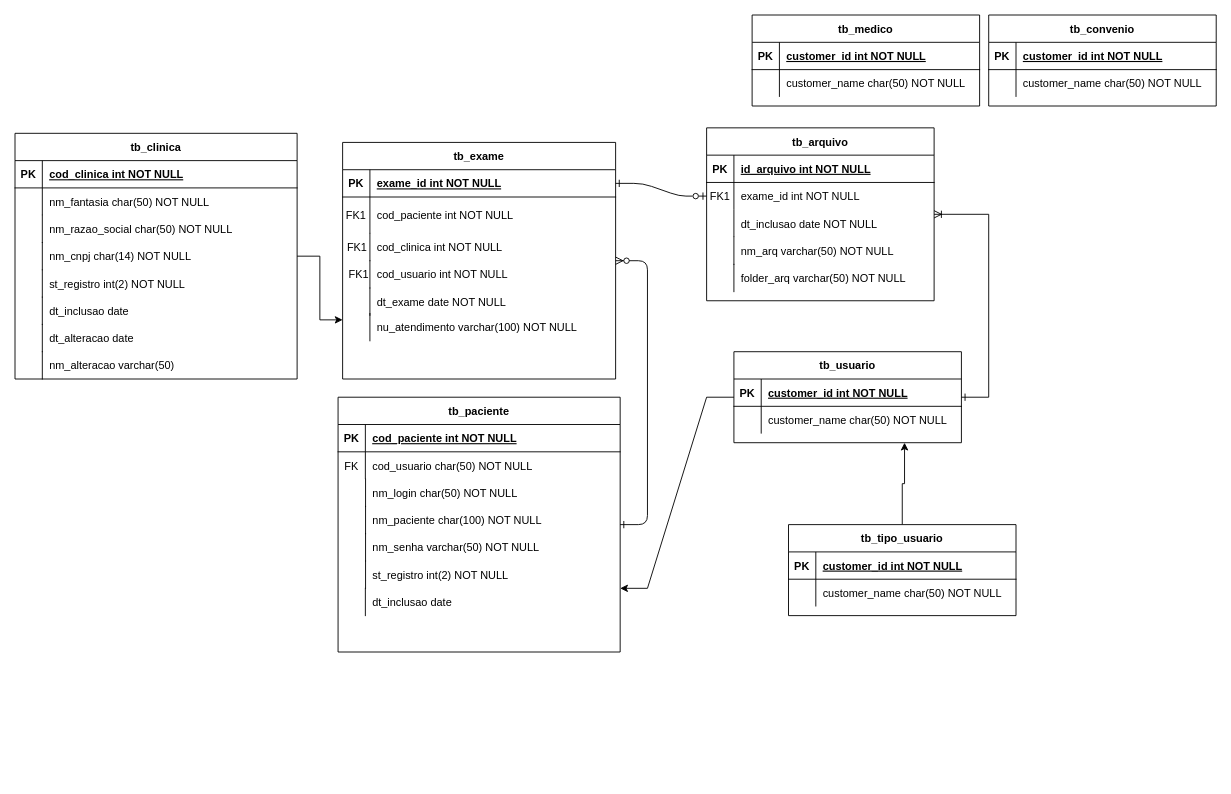
Above: Diagrama sem nome.drawio in FFbsilva/DateStructure (draw.io), before the change. Source tidied: cells renumbered, new cells numbered last; positions are measured from the earlier drawing's top-left corner, leaving out a move shared by most shapes. Both pictures are drawn from the tidied source at 91%, with x=0, y=0 at pixel (15, 15).
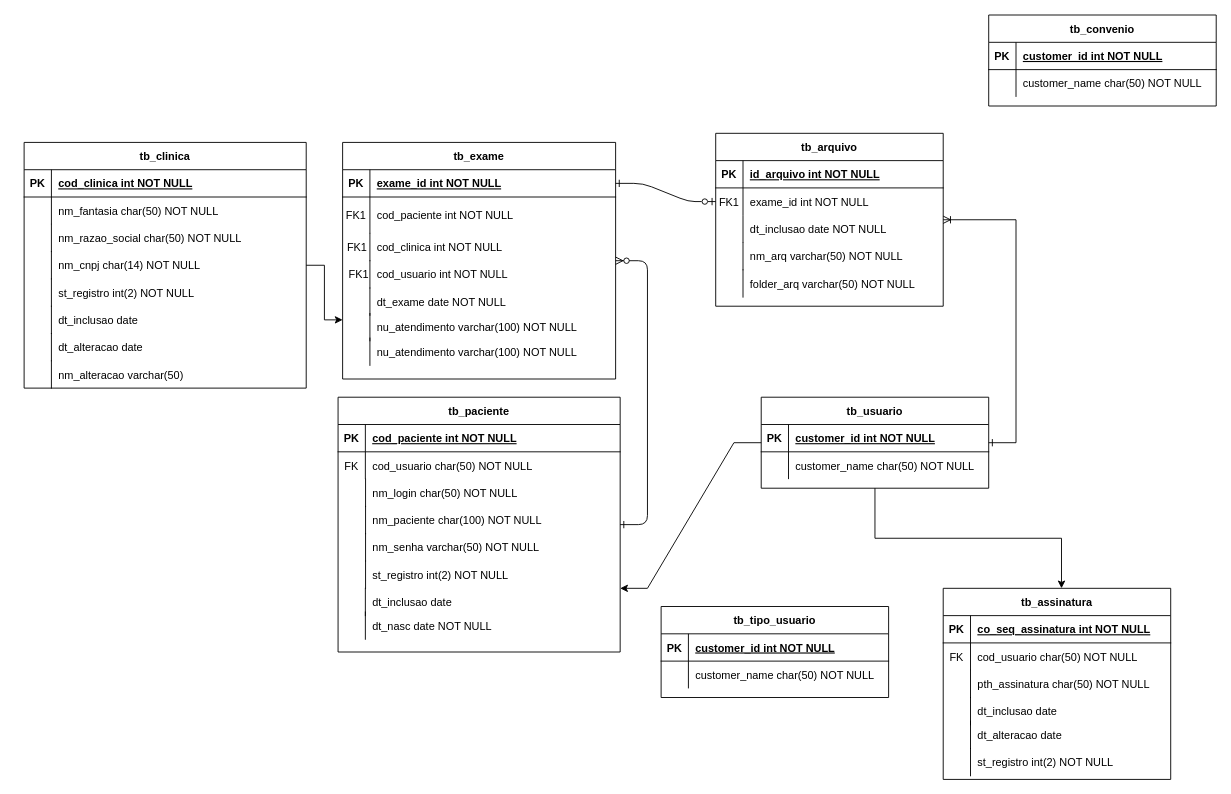
The same page after the edit.

The change refers to these unchanged cells:
```xml
<mxCell id="23" style="group;" parent="22" vertex="1">
  <mxGeometry width="300" height="260" as="geometry" />
</mxCell>
<mxCell id="45" style="group;" parent="20" vertex="1">
  <mxGeometry x="-140" y="140" width="310" height="280" as="geometry" />
</mxCell>
<mxCell id="75" style="group;" parent="1" vertex="1">
  <mxGeometry x="20" y="260" width="310" height="270" as="geometry" />
</mxCell>
```

What changed in the source:
```diff
@@
+    <mxCell id="105" style="edgeStyle=orthogonalEdgeStyle;rounded=0;jettySize=auto;html=1;entryX=0.52;entryY=0;entryDx=0;entryDy=0;entryPerimeter=0;" parent="1" edge="1" source="5" target="68">
+      <mxGeometry relative="1" as="geometry" />
+    </mxCell>
     <mxCell id="5" value="tb_usuario" style="shape=table;startSize=30;childLayout=tableLayout;rowLines=0;fontStyle=1;align=center;" parent="1" vertex="1">
-      <mxGeometry x="790" y="370" width="250" height="100" as="geometry" />
+      <mxGeometry x="820" y="420" width="250" height="100" as="geometry" />
     </mxCell>
@@
-    <mxCell id="12" style="edgeStyle=orthogonalEdgeStyle;rounded=0;jettySize=auto;html=1;entryX=0.75;entryY=1;entryDx=0;entryDy=0;" parent="1" edge="1" source="13" target="5">
-      <mxGeometry relative="1" as="geometry" />
-    </mxCell>
     <mxCell id="13" value="tb_tipo_usuario" style="shape=table;startSize=30;childLayout=tableLayout;rowLines=0;fontStyle=1;align=center;" parent="1" vertex="1">
-      <mxGeometry x="850" y="560" width="250" height="100" as="geometry" />
+      <mxGeometry x="710" y="650" width="250" height="100" as="geometry" />
     </mxCell>
@@
+    <mxCell id="106" style="group;" parent="23" vertex="1">
+      <mxGeometry x="5" y="220" width="260" height="30" as="geometry" />
+    </mxCell>
+    <mxCell id="107" style="shape=partialRectangle;overflow=hidden;fillColor=none;top=0;left=0;bottom=0;right=0;" parent="106" vertex="1">
+      <mxGeometry width="31.2" height="30" as="geometry" />
+    </mxCell>
+    <mxCell id="108" value="nu_atendimento varchar(100) NOT NULL" style="shape=partialRectangle;overflow=hidden;fillColor=none;top=0;left=1;bottom=0;right=0;align=left;spacingLeft=6;" parent="106" vertex="1">
+      <mxGeometry x="25" y="-5" width="230" height="30" as="geometry" />
+    </mxCell>
@@
+    <mxCell id="109" style="group;" parent="45" vertex="1">
+      <mxGeometry width="310" height="280" as="geometry" />
+    </mxCell>
-    <mxCell id="46" value="tb_paciente" style="shape=table;startSize=30;childLayout=tableLayout;rowLines=0;fontStyle=1;align=center;" parent="45" vertex="1">
+    <mxCell id="46" value="tb_paciente" style="shape=table;startSize=30;childLayout=tableLayout;rowLines=0;fontStyle=1;align=center;" parent="109" vertex="1">
       <mxGeometry width="310" height="280" as="geometry" />
     </mxCell>
@@
-    <mxCell id="53" style="group;" parent="45" vertex="1">
+    <mxCell id="53" style="group;" parent="109" vertex="1">
       <mxGeometry x="30.2" y="90" width="250.8" height="60" as="geometry" />
     </mxCell>
@@
-    <mxCell id="56" style="group;" parent="45" vertex="1">
+    <mxCell id="56" style="group;" parent="109" vertex="1">
       <mxGeometry x="30.2" y="150" width="250.8" height="60" as="geometry" />
     </mxCell>
@@
-    <mxCell id="59" value="dt_inclusao date " style="shape=partialRectangle;overflow=hidden;fillColor=none;top=0;left=1;bottom=0;right=0;align=left;spacingLeft=6;" parent="45" vertex="1">
+    <mxCell id="59" value="dt_inclusao date " style="shape=partialRectangle;overflow=hidden;fillColor=none;top=0;left=1;bottom=0;right=0;align=left;spacingLeft=6;" parent="109" vertex="1">
       <mxGeometry x="30" y="210" width="280" height="30" as="geometry" />
     </mxCell>
+    <mxCell id="110" value="dt_nasc date NOT NULL " style="shape=partialRectangle;overflow=hidden;fillColor=none;top=0;left=1;bottom=0;right=0;align=left;spacingLeft=6;" parent="109" vertex="1">
+      <mxGeometry x="30" y="236" width="280" height="30" as="geometry" />
+    </mxCell>
@@
-    <mxCell id="68" value="tb_medico" style="shape=table;startSize=30;childLayout=tableLayout;rowLines=0;fontStyle=1;align=center;" parent="1" vertex="1">
-      <mxGeometry x="810" width="250" height="100" as="geometry" />
-    </mxCell>
-    <mxCell id="69" style="shape=partialRectangle;fillColor=none;top=0;left=0;right=0;bottom=1;" parent="68" vertex="1">
-      <mxGeometry y="30" width="250" height="30" as="geometry" />
-    </mxCell>
-    <mxCell id="70" value="PK" style="shape=partialRectangle;overflow=hidden;fillColor=none;top=0;left=0;bottom=0;right=0;fontStyle=1;" parent="69" vertex="1">
-      <mxGeometry width="30" height="30" as="geometry" />
-    </mxCell>
-    <mxCell id="71" value="customer_id int NOT NULL " style="shape=partialRectangle;overflow=hidden;fillColor=none;top=0;left=0;bottom=0;right=0;align=left;spacingLeft=6;fontStyle=5;" parent="69" vertex="1">
-      <mxGeometry x="30" width="220" height="30" as="geometry" />
-    </mxCell>
-    <mxCell id="72" style="shape=partialRectangle;fillColor=none;top=0;left=0;right=0;bottom=0;" parent="68" vertex="1">
-      <mxGeometry y="60" width="250" height="30" as="geometry" />
-    </mxCell>
-    <mxCell id="73" style="shape=partialRectangle;overflow=hidden;fillColor=none;top=0;left=0;bottom=0;right=0;" parent="72" vertex="1">
-      <mxGeometry width="30" height="30" as="geometry" />
-    </mxCell>
-    <mxCell id="74" value="customer_name char(50) NOT NULL" style="shape=partialRectangle;overflow=hidden;fillColor=none;top=0;left=0;bottom=0;right=0;align=left;spacingLeft=6;" parent="72" vertex="1">
-      <mxGeometry x="30" width="220" height="30" as="geometry" />
-    </mxCell>
@@
     <mxCell id="76" style="group;" parent="75" vertex="1">
-      <mxGeometry x="-20" y="-130" width="310" height="270" as="geometry" />
+      <mxGeometry x="-10" y="-120" width="310" height="270" as="geometry" />
     </mxCell>
@@
     <mxCell id="91" style="group;" parent="1" vertex="1">
-      <mxGeometry x="760" y="124" width="250" height="190" as="geometry" />
+      <mxGeometry x="770" y="130" width="250" height="190" as="geometry" />
     </mxCell>
@@
+    <mxCell id="111" style="group;" parent="1" vertex="1">
+      <mxGeometry x="1020" y="630" width="250" height="210" as="geometry" />
+    </mxCell>
+    <mxCell id="68" value="tb_assinatura" style="shape=table;startSize=30;childLayout=tableLayout;rowLines=0;fontStyle=1;align=center;" parent="111" vertex="1">
+      <mxGeometry width="250" height="210" as="geometry" />
+    </mxCell>
+    <mxCell id="69" style="shape=partialRectangle;fillColor=none;top=0;left=0;right=0;bottom=1;" parent="68" vertex="1">
+      <mxGeometry y="30" width="250" height="30" as="geometry" />
+    </mxCell>
+    <mxCell id="70" value="PK" style="shape=partialRectangle;overflow=hidden;fillColor=none;top=0;left=0;bottom=0;right=0;fontStyle=1;" parent="69" vertex="1">
+      <mxGeometry width="30" height="30" as="geometry" />
+    </mxCell>
+    <mxCell id="71" value="co_seq_assinatura int NOT NULL " style="shape=partialRectangle;overflow=hidden;fillColor=none;top=0;left=0;bottom=0;right=0;align=left;spacingLeft=6;fontStyle=5;" parent="69" vertex="1">
+      <mxGeometry x="30" width="220" height="30" as="geometry" />
+    </mxCell>
+    <mxCell id="72" style="shape=partialRectangle;fillColor=none;top=0;left=0;right=0;bottom=0;" parent="68" vertex="1">
+      <mxGeometry y="60" width="250" height="30" as="geometry" />
+    </mxCell>
+    <mxCell id="73" value="FK" style="shape=partialRectangle;overflow=hidden;fillColor=none;top=0;left=0;bottom=0;right=0;" parent="72" vertex="1">
+      <mxGeometry width="30" height="30" as="geometry" />
+    </mxCell>
+    <mxCell id="74" value="cod_usuario char(50) NOT NULL" style="shape=partialRectangle;overflow=hidden;fillColor=none;top=0;left=0;bottom=0;right=0;align=left;spacingLeft=6;" parent="72" vertex="1">
+      <mxGeometry x="30" width="220" height="30" as="geometry" />
+    </mxCell>
+    <mxCell id="112" value="pth_assinatura char(50) NOT NULL" style="shape=partialRectangle;overflow=hidden;fillColor=none;top=0;left=1;bottom=0;right=0;align=left;spacingLeft=6;" parent="111" vertex="1">
+      <mxGeometry x="30" y="90" width="220" height="30" as="geometry" />
+    </mxCell>
+    <mxCell id="113" value="dt_inclusao date" style="shape=partialRectangle;overflow=hidden;fillColor=none;top=0;left=1;bottom=0;right=0;align=left;spacingLeft=6;" parent="111" vertex="1">
+      <mxGeometry x="30" y="120" width="220" height="30" as="geometry" />
+    </mxCell>
+    <mxCell id="114" value="dt_alteracao date" style="shape=partialRectangle;overflow=hidden;fillColor=none;top=0;left=1;bottom=0;right=0;align=left;spacingLeft=6;" parent="111" vertex="1">
+      <mxGeometry x="30" y="146" width="220" height="30" as="geometry" />
+    </mxCell>
+    <mxCell id="115" value="st_registro int(2) NOT NULL" style="shape=partialRectangle;overflow=hidden;fillColor=none;top=0;left=1;bottom=0;right=0;align=left;spacingLeft=6;" parent="111" vertex="1">
+      <mxGeometry x="30" y="176" width="220" height="30" as="geometry" />
+    </mxCell>
```
